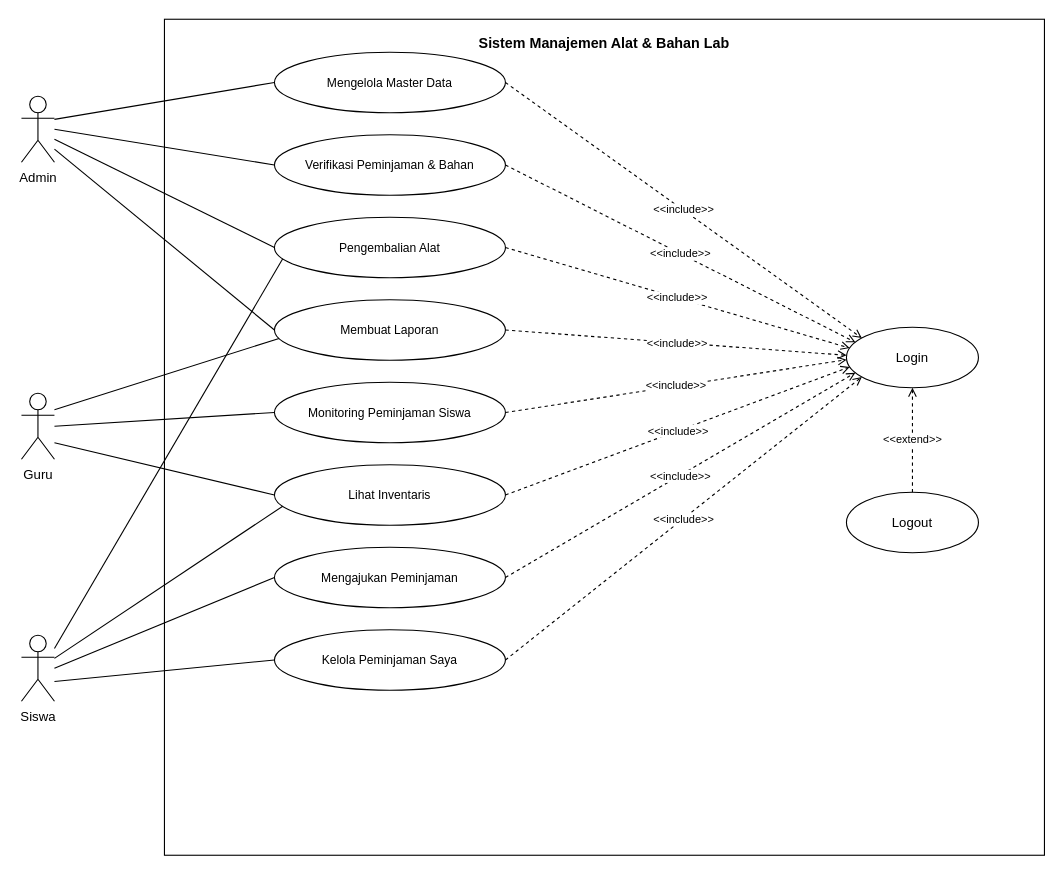
Earlier version of the draw.io diagram docs/use-case-diagram.drawio (misbahlmnr/manajemen-alat-app). Source tidied: cells renumbered, new cells numbered last; positions are measured from the earlier drawing's top-left corner, leaving out a move shared by most shapes. Both pictures are drawn from the tidied source at 110%, with x=0, y=0 at pixel (21, 19).
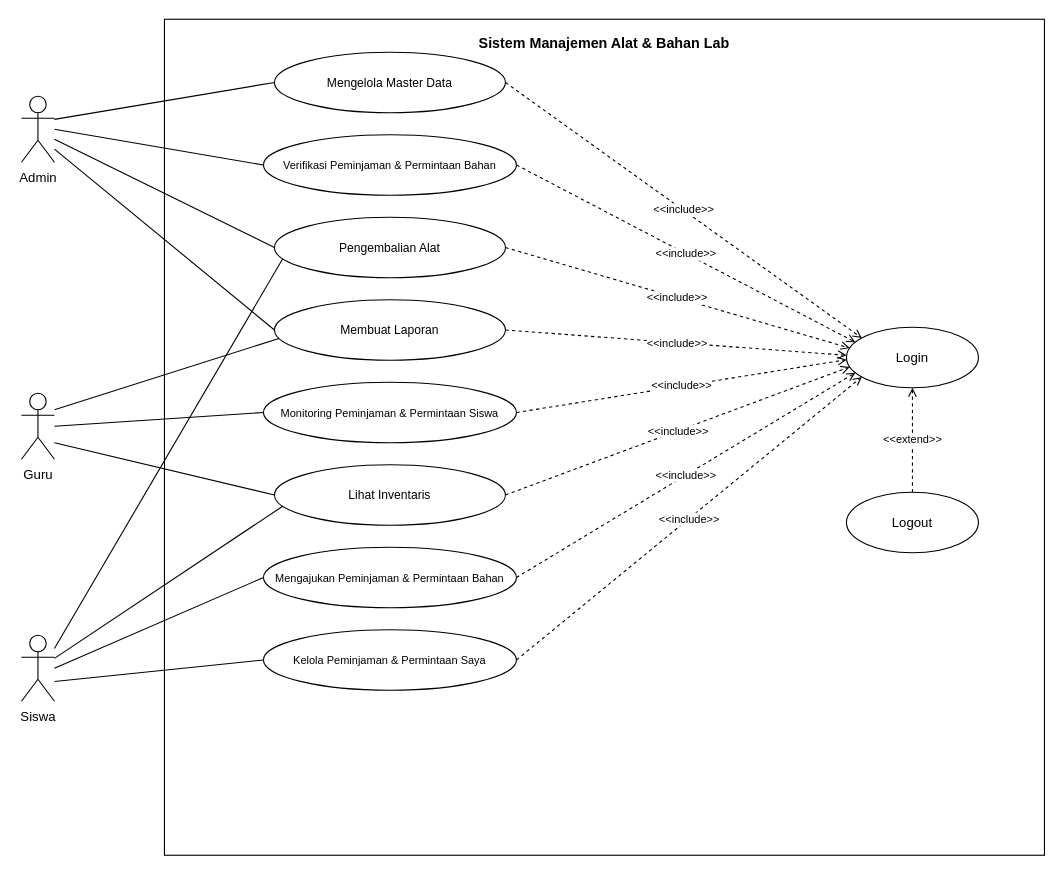
Above is the later version.

What changed in the source:
```diff
@@
-    <mxCell id="7" value="Verifikasi Peminjaman &amp; Bahan" style="ellipse;whiteSpace=wrap;html=1;fontSize=11;strokeColor=#000000;fillColor=#FFFFFF;" parent="1" vertex="1">
-      <mxGeometry x="230" y="105" width="210" height="55" as="geometry" />
+    <mxCell id="7" value="Verifikasi Peminjaman &amp; Permintaan Bahan" style="ellipse;whiteSpace=wrap;html=1;fontSize=10;strokeColor=#000000;fillColor=#FFFFFF;" parent="1" vertex="1">
+      <mxGeometry x="220" y="105" width="230" height="55" as="geometry" />
     </mxCell>
@@
-    <mxCell id="10" value="Monitoring Peminjaman Siswa" style="ellipse;whiteSpace=wrap;html=1;fontSize=11;strokeColor=#000000;fillColor=#FFFFFF;" parent="1" vertex="1">
-      <mxGeometry x="230" y="330" width="210" height="55" as="geometry" />
+    <mxCell id="10" value="Monitoring Peminjaman &amp; Permintaan Siswa" style="ellipse;whiteSpace=wrap;html=1;fontSize=10;strokeColor=#000000;fillColor=#FFFFFF;" parent="1" vertex="1">
+      <mxGeometry x="220" y="330" width="230" height="55" as="geometry" />
     </mxCell>
@@
-    <mxCell id="12" value="Mengajukan Peminjaman" style="ellipse;whiteSpace=wrap;html=1;fontSize=11;strokeColor=#000000;fillColor=#FFFFFF;" parent="1" vertex="1">
-      <mxGeometry x="230" y="480" width="210" height="55" as="geometry" />
+    <mxCell id="12" value="Mengajukan Peminjaman &amp; Permintaan Bahan" style="ellipse;whiteSpace=wrap;html=1;fontSize=10;strokeColor=#000000;fillColor=#FFFFFF;" parent="1" vertex="1">
+      <mxGeometry x="220" y="480" width="230" height="55" as="geometry" />
     </mxCell>
-    <mxCell id="13" value="Kelola Peminjaman Saya" style="ellipse;whiteSpace=wrap;html=1;fontSize=11;strokeColor=#000000;fillColor=#FFFFFF;" parent="1" vertex="1">
-      <mxGeometry x="230" y="555" width="210" height="55" as="geometry" />
+    <mxCell id="13" value="Kelola Peminjaman &amp; Permintaan Saya" style="ellipse;whiteSpace=wrap;html=1;fontSize=10;strokeColor=#000000;fillColor=#FFFFFF;" parent="1" vertex="1">
+      <mxGeometry x="220" y="555" width="230" height="55" as="geometry" />
     </mxCell>
```
